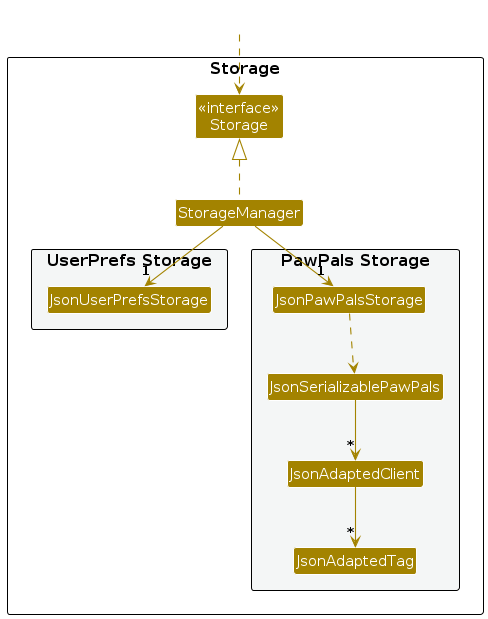
The PlantUML diagram diagrams/StorageClassDiagram.png in AY2627S1-CS2103T-T14-4/tp, before a commit. Its source is kept beside it as diagrams/StorageClassDiagram.puml.
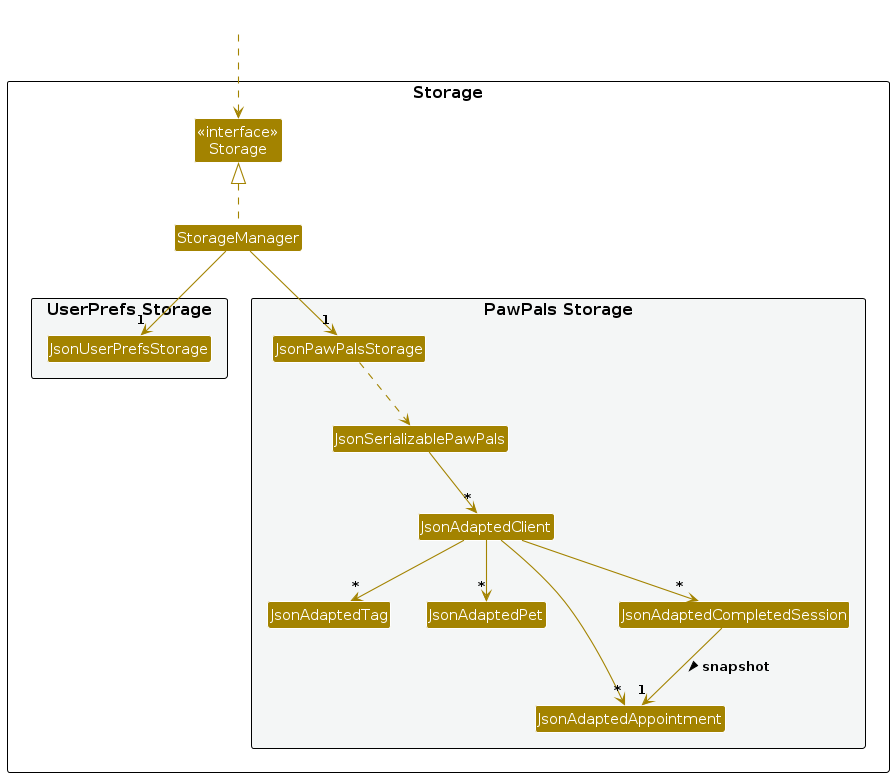
After the commit.

What changed in the source:
```diff
@@ -18,6 +18,9 @@
 Class JsonSerializablePawPals
 Class JsonAdaptedClient
 Class JsonAdaptedTag
+Class JsonAdaptedPet
+Class JsonAdaptedAppointment
+Class JsonAdaptedCompletedSession
 }
 
 }
@@ -32,5 +35,9 @@
 JsonPawPalsStorage ..> JsonSerializablePawPals
 JsonSerializablePawPals --> "*" JsonAdaptedClient
 JsonAdaptedClient --> "*" JsonAdaptedTag
+JsonAdaptedClient --> "*" JsonAdaptedPet
+JsonAdaptedClient --> "*" JsonAdaptedAppointment
+JsonAdaptedClient --> "*" JsonAdaptedCompletedSession
+JsonAdaptedCompletedSession --> "1" JsonAdaptedAppointment : snapshot >
 
 @enduml
```
